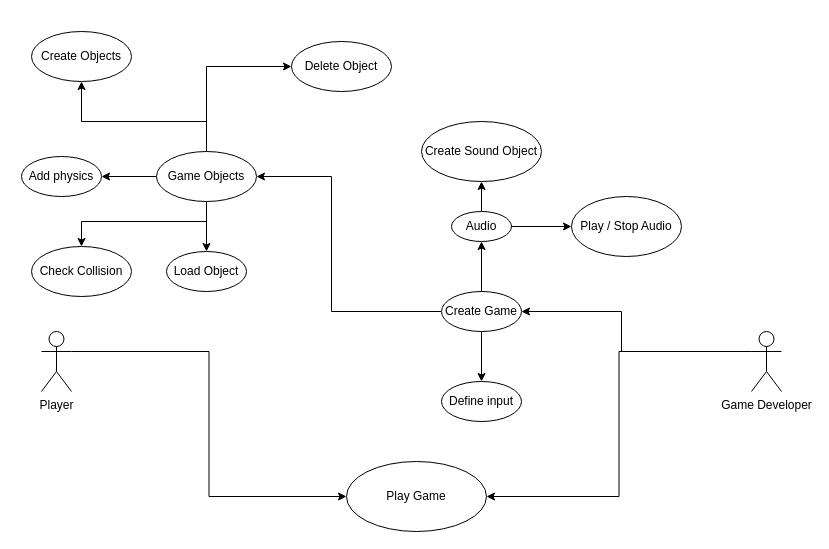
This is flappyengine/Diagrams/Use Case Diagram/UseCase.drawio from jogvanrs/flappybird2.0, a draw.io file, before an edit. Source tidied: cells renumbered, new cells numbered last; positions are measured from the earlier drawing's top-left corner, leaving out a move shared by most shapes. Both pictures are drawn from the tidied source at 100%, with x=0, y=0 at pixel (21, 31).
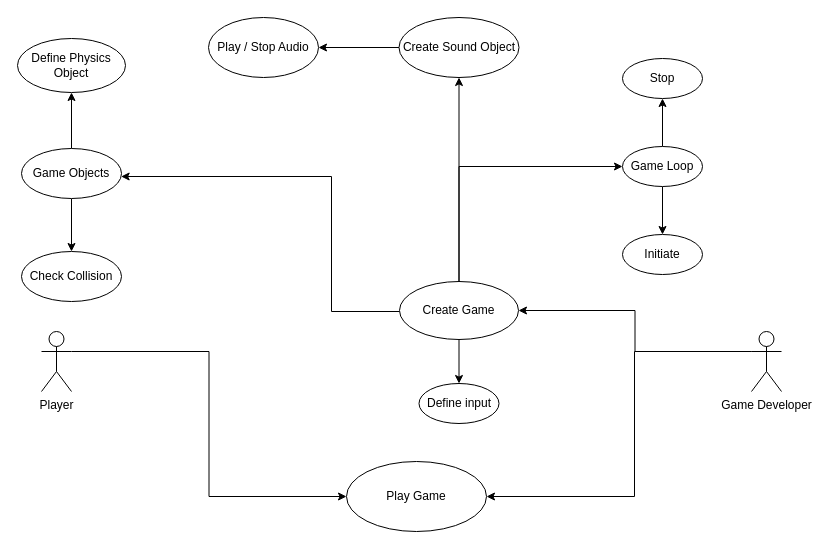
The same page after the edit.

Unchanged cells that the change refers to:
```xml
<mxCell id="6" value="Game Developer" style="shape=umlActor;html=1;verticalLabelPosition=bottom;verticalAlign=top;align=center;" parent="1" vertex="1">
  <mxGeometry x="730" y="300" width="30" height="60" as="geometry" />
</mxCell>
<mxCell id="7" value="Play Game" style="ellipse;whiteSpace=wrap;html=1;" parent="1" vertex="1">
  <mxGeometry x="325" y="430" width="140" height="70" as="geometry" />
</mxCell>
```

The edit, as a diff of the source:
```diff
@@
+    <mxCell id="5" style="edgeStyle=orthogonalEdgeStyle;rounded=0;jettySize=auto;html=1;exitX=0;exitY=0.3333333333333333;exitDx=0;exitDy=0;exitPerimeter=0;entryX=1;entryY=0.5;entryDx=0;entryDy=0;" parent="1" edge="1" source="6" target="11">
+      <mxGeometry relative="1" as="geometry" />
+    </mxCell>
-    <mxCell id="4" style="edgeStyle=orthogonalEdgeStyle;rounded=0;jettySize=auto;html=1;entryX=1;entryY=0.5;entryDx=0;entryDy=0;exitX=0;exitY=0.3333333333333333;exitDx=0;exitDy=0;exitPerimeter=0;" parent="1" edge="1" source="6" target="7">
-      <mxGeometry relative="1" as="geometry" />
+    <mxCell id="4" style="edgeStyle=orthogonalEdgeStyle;rounded=0;jettySize=auto;html=1;exitX=0;exitY=0.3333333333333333;exitDx=0;exitDy=0;exitPerimeter=0;entryX=1;entryY=0.5;entryDx=0;entryDy=0;" parent="1" edge="1" source="6" target="7">
+      <mxGeometry relative="1" as="geometry">
+        <Array as="points">
+          <mxPoint x="613" y="320" />
+          <mxPoint x="613" y="465" />
+        </Array>
+      </mxGeometry>
     </mxCell>
-    <mxCell id="5" style="edgeStyle=orthogonalEdgeStyle;rounded=0;jettySize=auto;html=1;entryX=1;entryY=0.5;entryDx=0;entryDy=0;" parent="1" edge="1" source="6" target="11">
-      <mxGeometry relative="1" as="geometry">
-        <Array as="points">
-          <mxPoint x="600" y="320" />
-          <mxPoint x="600" y="280" />
-        </Array>
-      </mxGeometry>
-    </mxCell>
@@
-    <mxCell id="10" style="edgeStyle=orthogonalEdgeStyle;rounded=0;jettySize=auto;html=1;" parent="1" edge="1" source="11" target="25">
-      <mxGeometry relative="1" as="geometry" />
-    </mxCell>
+    <mxCell id="29" style="edgeStyle=orthogonalEdgeStyle;rounded=0;jettySize=auto;html=1;entryX=0;entryY=0.5;entryDx=0;entryDy=0;" parent="1" edge="1" source="11" target="35">
+      <mxGeometry relative="1" as="geometry">
+        <Array as="points">
+          <mxPoint x="438" y="135" />
+        </Array>
+      </mxGeometry>
+    </mxCell>
+    <mxCell id="30" style="edgeStyle=orthogonalEdgeStyle;rounded=0;jettySize=auto;html=1;entryX=0.5;entryY=1;entryDx=0;entryDy=0;" parent="1" edge="1" source="11" target="26">
+      <mxGeometry relative="1" as="geometry" />
+    </mxCell>
     <mxCell id="11" value="Create Game" style="ellipse;whiteSpace=wrap;html=1;" parent="1" vertex="1">
-      <mxGeometry x="420" y="260" width="80" height="40" as="geometry" />
+      <mxGeometry x="378" y="250" width="119" height="58" as="geometry" />
     </mxCell>
-    <mxCell id="12" style="edgeStyle=orthogonalEdgeStyle;rounded=0;jettySize=auto;html=1;entryX=0.5;entryY=0;entryDx=0;entryDy=0;" parent="1" edge="1" source="17" target="18">
-      <mxGeometry relative="1" as="geometry" />
-    </mxCell>
-    <mxCell id="13" style="edgeStyle=orthogonalEdgeStyle;rounded=0;jettySize=auto;html=1;entryX=0.5;entryY=0;entryDx=0;entryDy=0;" parent="1" edge="1" source="17" target="20">
-      <mxGeometry relative="1" as="geometry">
-        <Array as="points">
-          <mxPoint x="185" y="190" />
-          <mxPoint x="60" y="190" />
-        </Array>
-      </mxGeometry>
+    <mxCell id="13" style="edgeStyle=orthogonalEdgeStyle;rounded=0;jettySize=auto;html=1;exitX=0.5;exitY=1;exitDx=0;exitDy=0;entryX=0.5;entryY=0;entryDx=0;entryDy=0;" parent="1" edge="1" source="17" target="20">
+      <mxGeometry relative="1" as="geometry" />
     </mxCell>
-    <mxCell id="14" style="edgeStyle=orthogonalEdgeStyle;rounded=0;jettySize=auto;html=1;entryX=1;entryY=0.5;entryDx=0;entryDy=0;" parent="1" edge="1" source="17" target="21">
+    <mxCell id="14" style="edgeStyle=orthogonalEdgeStyle;rounded=0;jettySize=auto;html=1;" parent="1" edge="1" source="17" target="21">
       <mxGeometry relative="1" as="geometry" />
     </mxCell>
-    <mxCell id="15" style="edgeStyle=orthogonalEdgeStyle;rounded=0;jettySize=auto;html=1;entryX=0.5;entryY=1;entryDx=0;entryDy=0;" parent="1" edge="1" source="17" target="22">
-      <mxGeometry relative="1" as="geometry">
-        <Array as="points">
-          <mxPoint x="185" y="90" />
-          <mxPoint x="60" y="90" />
-        </Array>
-      </mxGeometry>
-    </mxCell>
-    <mxCell id="16" style="edgeStyle=orthogonalEdgeStyle;rounded=0;jettySize=auto;html=1;entryX=0;entryY=0.5;entryDx=0;entryDy=0;" parent="1" edge="1" source="17" target="19">
-      <mxGeometry relative="1" as="geometry">
-        <Array as="points">
-          <mxPoint x="185" y="35" />
-        </Array>
-      </mxGeometry>
-    </mxCell>
     <mxCell id="17" value="Game Objects" style="ellipse;whiteSpace=wrap;html=1;" parent="1" vertex="1">
-      <mxGeometry x="135" y="120" width="100" height="50" as="geometry" />
+      <mxGeometry y="117" width="100" height="50" as="geometry" />
     </mxCell>
-    <mxCell id="18" value="Load Object" style="ellipse;whiteSpace=wrap;html=1;" parent="1" vertex="1">
-      <mxGeometry x="145" y="220" width="80" height="40" as="geometry" />
+    <mxCell id="18" value="Initiate" style="ellipse;whiteSpace=wrap;html=1;" parent="1" vertex="1">
+      <mxGeometry x="601" y="203" width="80" height="40" as="geometry" />
     </mxCell>
-    <mxCell id="19" value="Delete Object" style="ellipse;whiteSpace=wrap;html=1;" parent="1" vertex="1">
-      <mxGeometry x="270" y="10" width="100" height="50" as="geometry" />
-    </mxCell>
     <mxCell id="20" value="Check Collision" style="ellipse;whiteSpace=wrap;html=1;" parent="1" vertex="1">
-      <mxGeometry x="10" y="215" width="100" height="50" as="geometry" />
+      <mxGeometry y="220" width="100" height="50" as="geometry" />
     </mxCell>
-    <mxCell id="21" value="Add physics" style="ellipse;whiteSpace=wrap;html=1;" parent="1" vertex="1">
-      <mxGeometry y="125" width="80" height="40" as="geometry" />
+    <mxCell id="21" value="Define Physics Object" style="ellipse;whiteSpace=wrap;html=1;" parent="1" vertex="1">
+      <mxGeometry x="-4" y="7" width="108" height="54" as="geometry" />
     </mxCell>
-    <mxCell id="22" value="Create Objects" style="ellipse;whiteSpace=wrap;html=1;" parent="1" vertex="1">
-      <mxGeometry x="10" width="100" height="50" as="geometry" />
-    </mxCell>
-    <mxCell id="23" style="edgeStyle=orthogonalEdgeStyle;rounded=0;jettySize=auto;html=1;" parent="1" edge="1" source="25" target="26">
-      <mxGeometry relative="1" as="geometry" />
-    </mxCell>
-    <mxCell id="24" style="edgeStyle=orthogonalEdgeStyle;rounded=0;jettySize=auto;html=1;" parent="1" edge="1" source="25" target="27">
-      <mxGeometry relative="1" as="geometry" />
-    </mxCell>
-    <mxCell id="25" value="Audio" style="ellipse;whiteSpace=wrap;html=1;" parent="1" vertex="1">
-      <mxGeometry x="430" y="180" width="60" height="30" as="geometry" />
-    </mxCell>
+    <mxCell id="31" style="edgeStyle=orthogonalEdgeStyle;rounded=0;jettySize=auto;html=1;" parent="1" edge="1" source="26" target="27">
+      <mxGeometry relative="1" as="geometry" />
+    </mxCell>
     <mxCell id="26" value="Create Sound Object" style="ellipse;whiteSpace=wrap;html=1;" parent="1" vertex="1">
-      <mxGeometry x="400" y="90" width="120" height="60" as="geometry" />
+      <mxGeometry x="377.5" y="-14" width="120" height="60" as="geometry" />
     </mxCell>
     <mxCell id="27" value="Play / Stop Audio" style="ellipse;whiteSpace=wrap;html=1;" parent="1" vertex="1">
-      <mxGeometry x="550" y="165" width="110" height="60" as="geometry" />
+      <mxGeometry x="187" y="-14" width="110" height="60" as="geometry" />
     </mxCell>
     <mxCell id="28" value="Define input" style="ellipse;whiteSpace=wrap;html=1;" parent="1" vertex="1">
-      <mxGeometry x="420" y="350" width="80" height="40" as="geometry" />
+      <mxGeometry x="397.5" y="352" width="80" height="40" as="geometry" />
     </mxCell>
+    <mxCell id="32" value="Stop" style="ellipse;whiteSpace=wrap;html=1;" parent="1" vertex="1">
+      <mxGeometry x="601" y="27" width="80" height="40" as="geometry" />
+    </mxCell>
+    <mxCell id="33" style="edgeStyle=orthogonalEdgeStyle;rounded=0;jettySize=auto;html=1;" parent="1" edge="1" source="35" target="32">
+      <mxGeometry relative="1" as="geometry" />
+    </mxCell>
+    <mxCell id="34" style="edgeStyle=orthogonalEdgeStyle;rounded=0;jettySize=auto;html=1;" parent="1" edge="1" source="35" target="18">
+      <mxGeometry relative="1" as="geometry" />
+    </mxCell>
+    <mxCell id="35" value="Game Loop" style="ellipse;whiteSpace=wrap;html=1;" parent="1" vertex="1">
+      <mxGeometry x="601" y="115" width="80" height="40" as="geometry" />
+    </mxCell>
```
